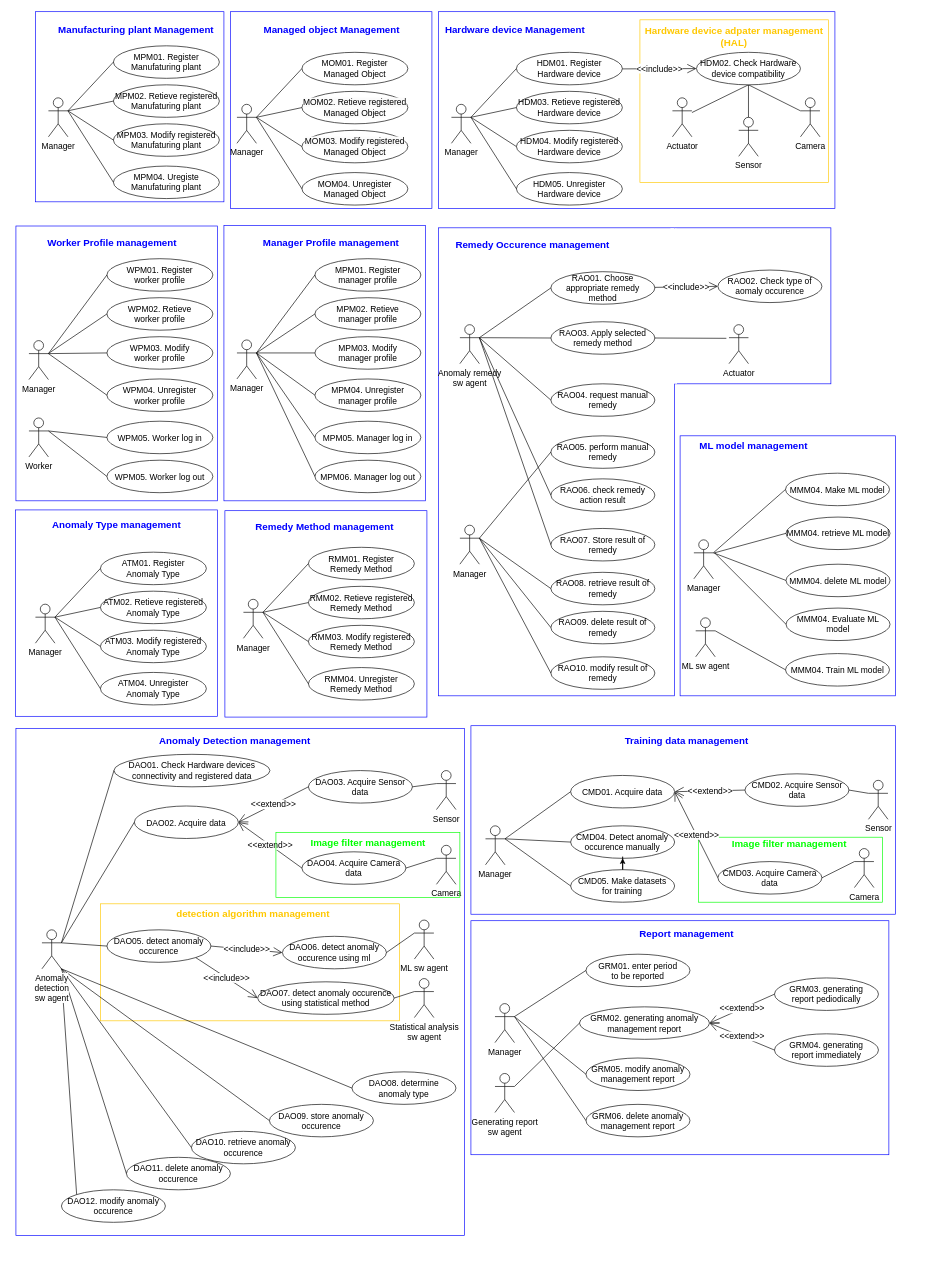
Earlier version of the draw.io diagram usecase_diagram_refine3.drawio (ShineSoYoung/TEST). Source tidied: cells renumbered, new cells numbered last; positions are measured from the earlier drawing's top-left corner, leaving out a move shared by most shapes. Both pictures are drawn from the tidied source at 65%, with x=0, y=0 at pixel (11, 12).
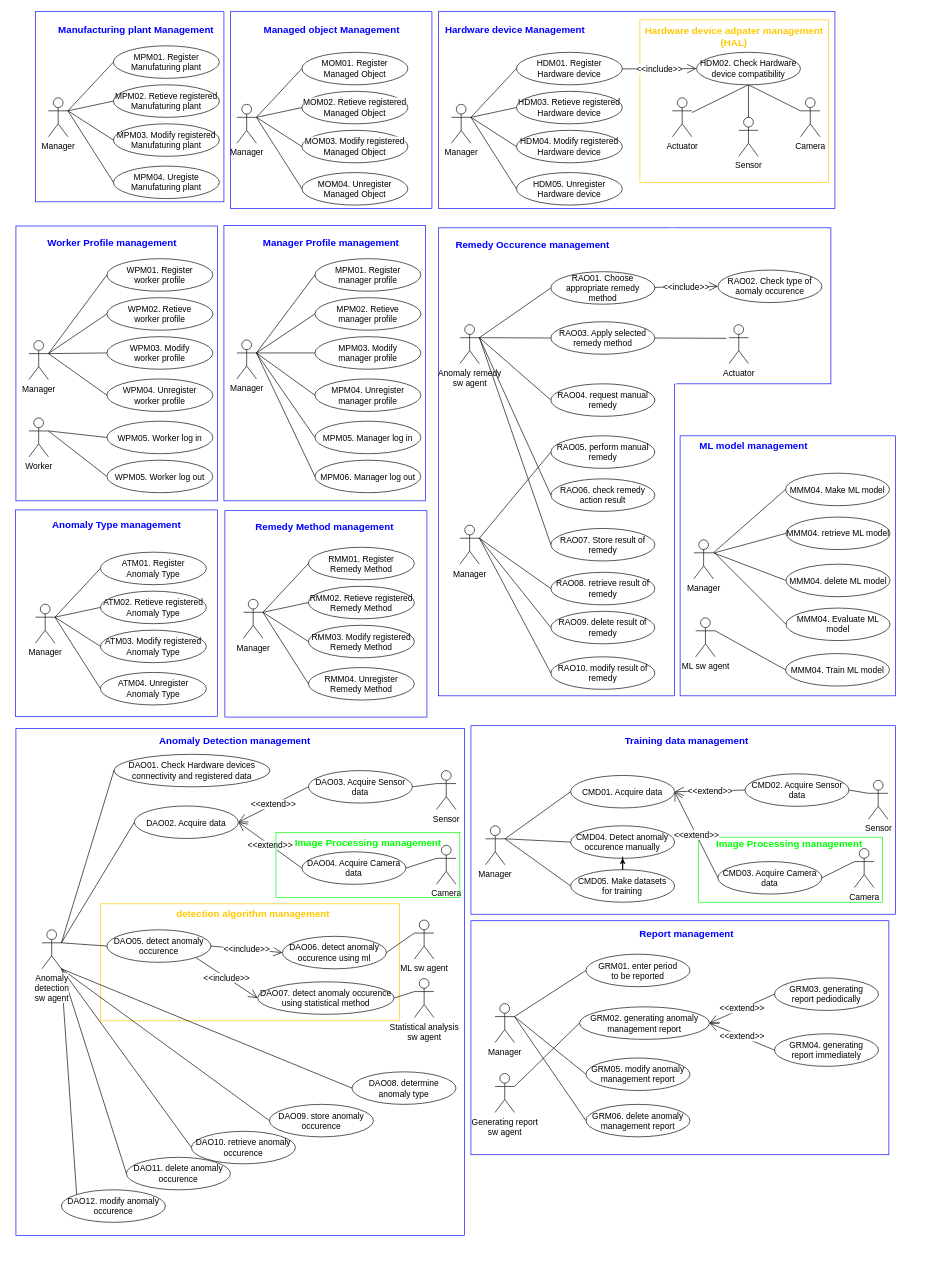
The same page after the edit.

The change refers to these unchanged cells:
```xml
<mxCell id="193" style="group;fontSize=13;" parent="1" vertex="1">
  <mxGeometry x="1050" y="642" width="347" height="1273.5" as="geometry" />
</mxCell>
```

Change to the diagram source:
```diff
@@
-    <mxCell id="212" value="&lt;font color=&quot;#00ff00&quot; style=&quot;font-size: 15px;&quot;&gt;Image filter management&lt;/font&gt;" style="text;html=1;strokeColor=none;fillColor=none;align=center;verticalAlign=middle;whiteSpace=wrap;rounded=0;fontStyle=1;fontSize=15;" parent="193" vertex="1">
+    <mxCell id="212" value="&lt;font color=&quot;#00ff00&quot; style=&quot;font-size: 15px;&quot;&gt;Image Processing management&lt;/font&gt;" style="text;html=1;strokeColor=none;fillColor=none;align=center;verticalAlign=middle;whiteSpace=wrap;rounded=0;fontStyle=1;fontSize=15;" parent="193" vertex="1">
       <mxGeometry x="-656.5" y="620" width="310" height="30" as="geometry" />
     </mxCell>
@@
-    <mxCell id="216" value="&lt;font color=&quot;#00ff00&quot; style=&quot;font-size: 15px;&quot;&gt;Image filter management&lt;/font&gt;" style="text;html=1;strokeColor=none;fillColor=none;align=center;verticalAlign=middle;whiteSpace=wrap;rounded=0;fontStyle=1;fontSize=15;" parent="193" vertex="1">
+    <mxCell id="216" value="&lt;font color=&quot;#00ff00&quot; style=&quot;font-size: 15px;&quot;&gt;Image Processing management&lt;/font&gt;" style="text;html=1;strokeColor=none;fillColor=none;align=center;verticalAlign=middle;whiteSpace=wrap;rounded=0;fontStyle=1;fontSize=15;" parent="193" vertex="1">
       <mxGeometry x="-8.2" y="621.8" width="310" height="30" as="geometry" />
     </mxCell>
```
